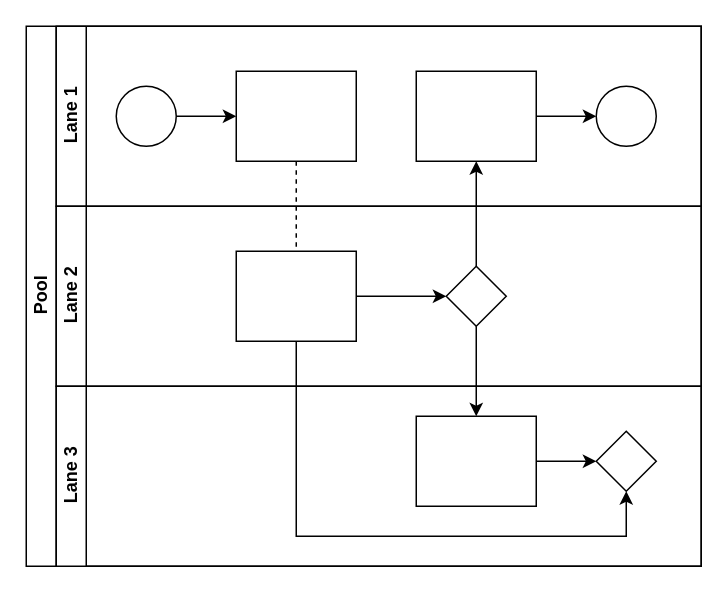
Earlier version of the draw.io diagram Swim-create-Event.drawio (Helena-Zuk/github-slideshow). Source tidied: cells renumbered, new cells numbered last; positions are measured from the earlier drawing's top-left corner, leaving out a move shared by most shapes. Both pictures are drawn from the tidied source at 150%, with x=0, y=0 at pixel (26, 26).
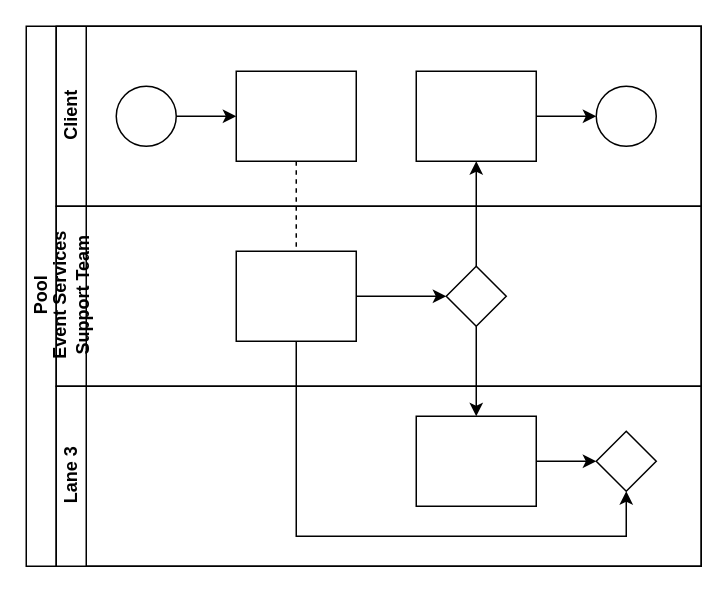
The same page after the edit.

Unchanged cells that the change refers to:
```xml
<mxCell id="2" value="Pool" style="swimlane;html=1;horizontal=0;startSize=20;" parent="1" vertex="1">
  <mxGeometry width="450" height="360" as="geometry" />
</mxCell>
```

Change to the diagram source:
```diff
@@
-    <mxCell id="7" value="Lane 1" style="swimlane;html=1;startSize=20;horizontal=0;" parent="2" vertex="1">
+    <mxCell id="7" value="Client" style="swimlane;html=1;startSize=20;horizontal=0;" parent="2" vertex="1">
       <mxGeometry x="20" width="430" height="120" as="geometry" />
     </mxCell>
@@
-    <mxCell id="14" value="Lane 2" style="swimlane;html=1;startSize=20;horizontal=0;" parent="2" vertex="1">
+    <mxCell id="14" value="Event Services &lt;br&gt;Support Team" style="swimlane;html=1;startSize=20;horizontal=0;" parent="2" vertex="1">
       <mxGeometry x="20" y="120" width="430" height="120" as="geometry" />
     </mxCell>
```
